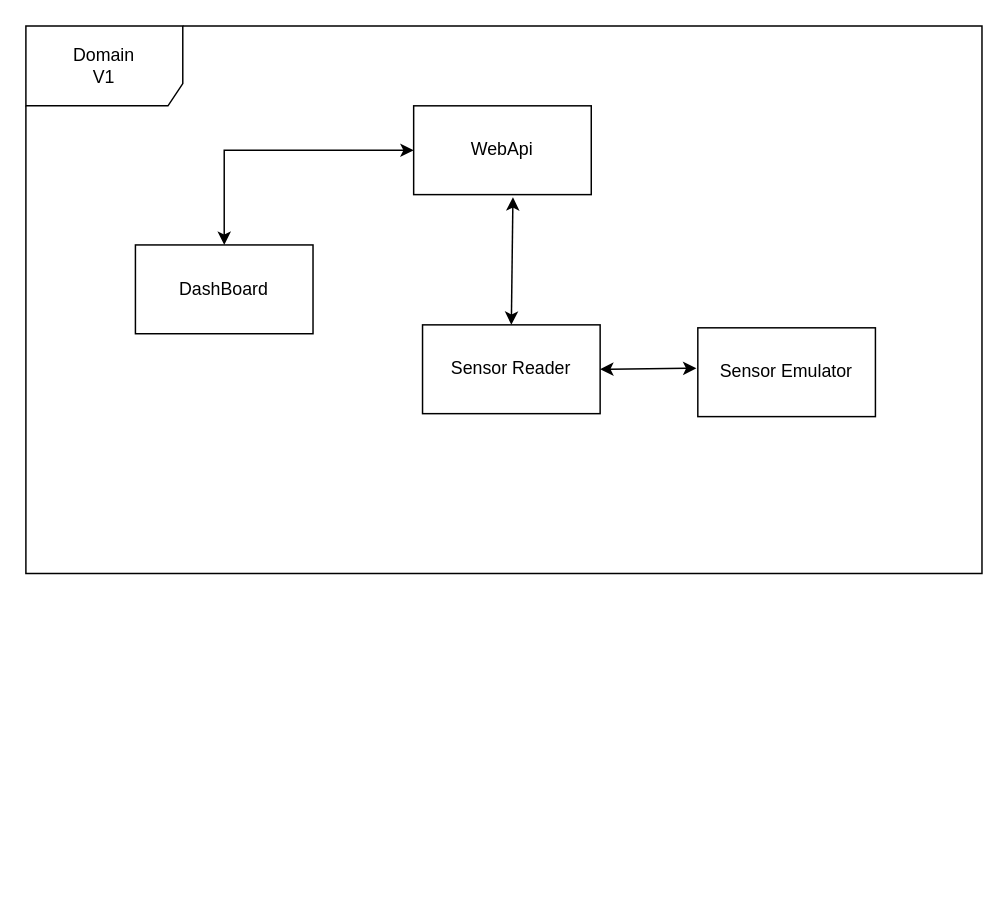
Before: Documents/Domain.drawio in Evaristo-Filho/Hallxxxxx_Presentation, a draw.io diagram. Source tidied: cells renumbered, new cells numbered last; positions are measured from the earlier drawing's top-left corner, leaving out a move shared by most shapes. Both pictures are drawn from the tidied source at 148%, with x=0, y=0 at pixel (25, 25).
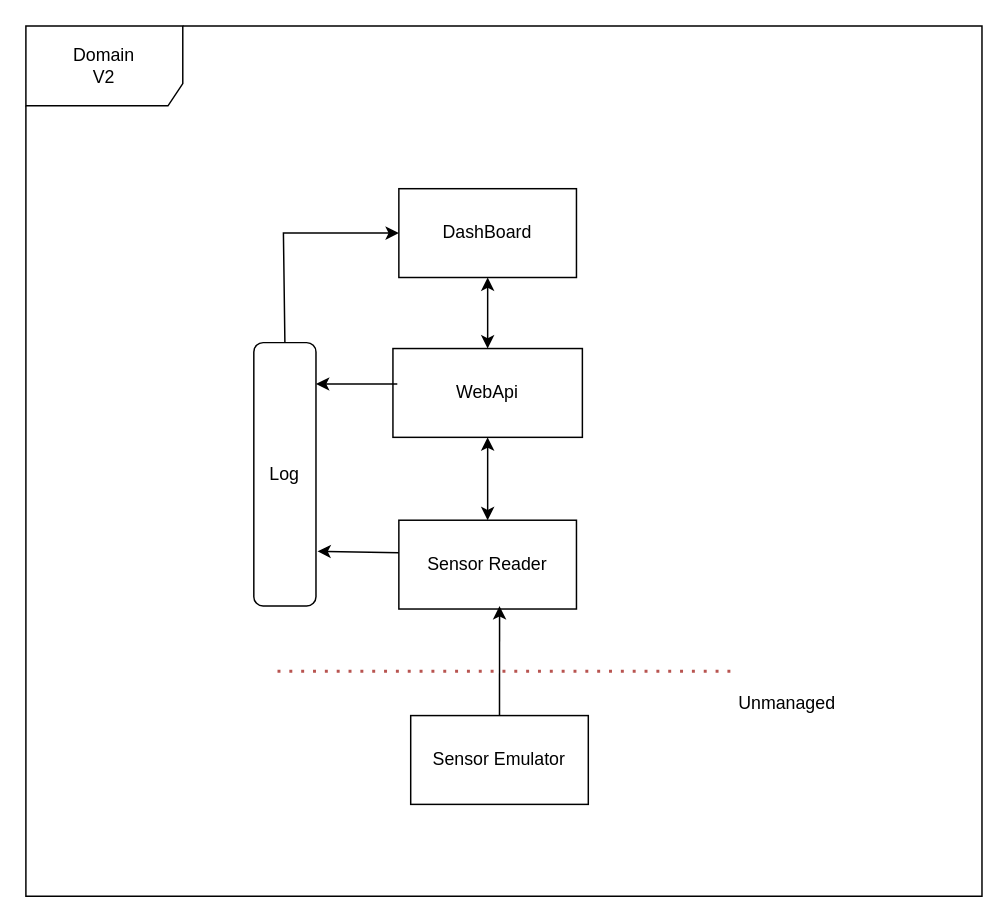
After the change.

The edit, as a diff of the source:
```diff
@@
 <mxGraphModel>
   <root>
     <mxCell id="0" />
     <mxCell id="1" parent="0" />
     <mxCell id="2" value="Sensor Emulator" style="rounded=0;whiteSpace=wrap;html=1;" parent="1" vertex="1">
-      <mxGeometry x="454" y="204" width="120" height="60" as="geometry" />
+      <mxGeometry x="260" y="466" width="120" height="60" as="geometry" />
     </mxCell>
     <mxCell id="3" value="Sensor Reader" style="rounded=0;whiteSpace=wrap;html=1;" parent="1" vertex="1">
-      <mxGeometry x="268" y="202" width="120" height="60" as="geometry" />
+      <mxGeometry x="252" y="334" width="120" height="60" as="geometry" />
     </mxCell>
     <mxCell id="4" value="WebApi" style="rounded=0;whiteSpace=wrap;html=1;" parent="1" vertex="1">
-      <mxGeometry x="262" y="54" width="120" height="60" as="geometry" />
+      <mxGeometry x="248" y="218" width="128" height="60" as="geometry" />
     </mxCell>
     <mxCell id="5" value="DashBoard" style="rounded=0;whiteSpace=wrap;html=1;" parent="1" vertex="1">
-      <mxGeometry x="74" y="148" width="120" height="60" as="geometry" />
+      <mxGeometry x="252" y="110" width="120" height="60" as="geometry" />
     </mxCell>
-    <mxCell id="6" style="endArrow=classic;startArrow=classic;html=1;rounded=0;exitX=0.5;exitY=0;exitDx=0;exitDy=0;entryX=0;entryY=0.5;entryDx=0;entryDy=0;" parent="1" edge="1" source="5" target="4">
-      <mxGeometry relative="1" as="geometry">
-        <Array as="points">
-          <mxPoint x="134" y="84" />
-        </Array>
-      </mxGeometry>
-    </mxCell>
-    <mxCell id="7" style="endArrow=classic;startArrow=classic;html=1;rounded=0;exitX=1;exitY=0.5;exitDx=0;exitDy=0;entryX=-0.008;entryY=0.455;entryDx=0;entryDy=0;entryPerimeter=0;" parent="1" edge="1" source="3" target="2">
+    <mxCell id="7" style="endArrow=none;startArrow=classic;html=1;rounded=0;exitX=0.567;exitY=0.967;exitDx=0;exitDy=0;entryX=0.5;entryY=0;entryDx=0;entryDy=0;exitPerimeter=0;endFill=0;" parent="1" edge="1" source="3" target="2">
       <mxGeometry relative="1" as="geometry" />
     </mxCell>
-    <mxCell id="8" style="endArrow=classic;startArrow=classic;html=1;rounded=0;entryX=0.559;entryY=1.03;entryDx=0;entryDy=0;entryPerimeter=0;exitX=0.5;exitY=0;exitDx=0;exitDy=0;" parent="1" edge="1" source="3" target="4">
+    <mxCell id="8" style="endArrow=classic;startArrow=classic;html=1;rounded=0;exitX=0.5;exitY=0;exitDx=0;exitDy=0;entryX=0.5;entryY=1;entryDx=0;entryDy=0;" parent="1" edge="1" source="3" target="4">
       <mxGeometry relative="1" as="geometry" />
     </mxCell>
-    <mxCell id="9" value="Domain&lt;br&gt;V1" style="shape=umlFrame;whiteSpace=wrap;html=1;width=106;height=54;" parent="1" vertex="1">
-      <mxGeometry width="646" height="370" as="geometry" />
+    <mxCell id="9" value="Domain&lt;br&gt;V2" style="shape=umlFrame;whiteSpace=wrap;html=1;width=106;height=54;" parent="1" vertex="1">
+      <mxGeometry width="646" height="588" as="geometry" />
     </mxCell>
+    <mxCell id="10" style="endArrow=classic;startArrow=classic;html=1;rounded=0;entryX=0.5;entryY=1;entryDx=0;entryDy=0;" parent="1" edge="1" source="4" target="5">
+      <mxGeometry relative="1" as="geometry" />
+    </mxCell>
+    <mxCell id="11" value="Log" style="rounded=1;whiteSpace=wrap;html=1;" parent="1" vertex="1">
+      <mxGeometry x="154" y="214" width="42" height="178" as="geometry" />
+    </mxCell>
+    <mxCell id="12" style="endArrow=none;dashed=1;html=1;dashPattern=1 3;strokeWidth=2;rounded=0;fillColor=#f8cecc;strokeColor=#b85450;" parent="1" edge="1">
+      <mxGeometry relative="1" as="geometry">
+        <mxPoint x="476" y="436" as="sourcePoint" />
+        <mxPoint x="170" y="436" as="targetPoint" />
+      </mxGeometry>
+    </mxCell>
+    <mxCell id="13" value="Unmanaged" style="text;html=1;align=center;verticalAlign=middle;strokeColor=none;fillColor=none;" parent="1" vertex="1">
+      <mxGeometry x="472" y="444" width="84" height="28" as="geometry" />
+    </mxCell>
+    <mxCell id="14" style="endArrow=classic;html=1;rounded=0;entryX=1;entryY=0.157;entryDx=0;entryDy=0;entryPerimeter=0;exitX=0.023;exitY=0.4;exitDx=0;exitDy=0;exitPerimeter=0;" parent="1" edge="1" source="4" target="11">
+      <mxGeometry relative="1" as="geometry" />
+    </mxCell>
+    <mxCell id="15" style="endArrow=classic;html=1;rounded=0;entryX=1.024;entryY=0.792;entryDx=0;entryDy=0;entryPerimeter=0;exitX=0;exitY=0.367;exitDx=0;exitDy=0;exitPerimeter=0;" parent="1" edge="1" source="3" target="11">
+      <mxGeometry relative="1" as="geometry" />
+    </mxCell>
+    <mxCell id="16" style="endArrow=classic;html=1;rounded=0;entryX=0;entryY=0.5;entryDx=0;entryDy=0;exitX=0.5;exitY=0;exitDx=0;exitDy=0;" parent="1" edge="1" source="11" target="5">
+      <mxGeometry relative="1" as="geometry">
+        <Array as="points">
+          <mxPoint x="174" y="140" />
+        </Array>
+      </mxGeometry>
+    </mxCell>
   </root>
 </mxGraphModel>
```
